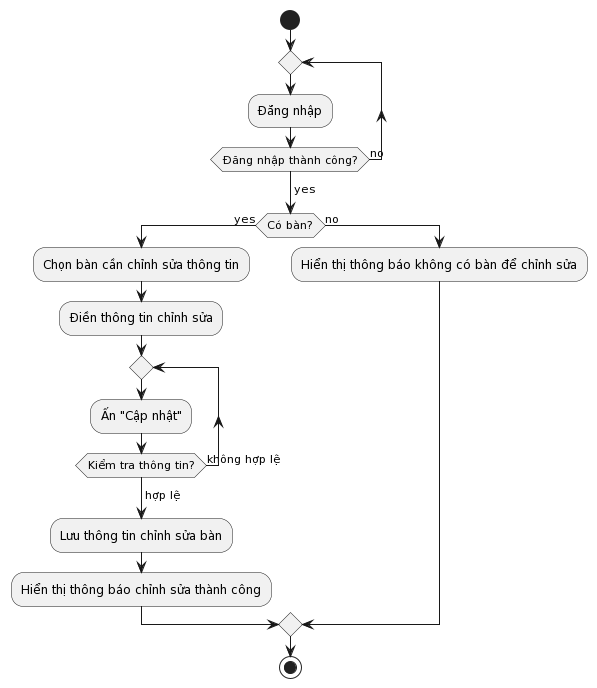
This is Lab1.2/Khách hàng/Activity/Activity Sửa thông tin đặt bàn.png from TuanKhang123/SE357-Pratice-class, a PlantUML export, as it was before one commit. Its diagram source:
```plantuml
@startuml
start

  repeat
    :Đăng nhập;
  repeat while (Đăng nhập thành công?) is (no)
    ->yes;

  if (Có bàn?) then (yes)
    :Chọn bàn cần chỉnh sửa thông tin;
      :Điền thông tin chỉnh sửa;
      repeat
        :Ấn "Cập nhật";
      repeat while (Kiểm tra thông tin?) is (không hợp lệ)
        ->hợp lệ;
        :Lưu thông tin chỉnh sửa bàn;
        :Hiển thị thông báo chỉnh sửa thành công;
  else (no)
    :Hiển thị thông báo không có bàn để chỉnh sửa;
  endif


stop
@enduml
```
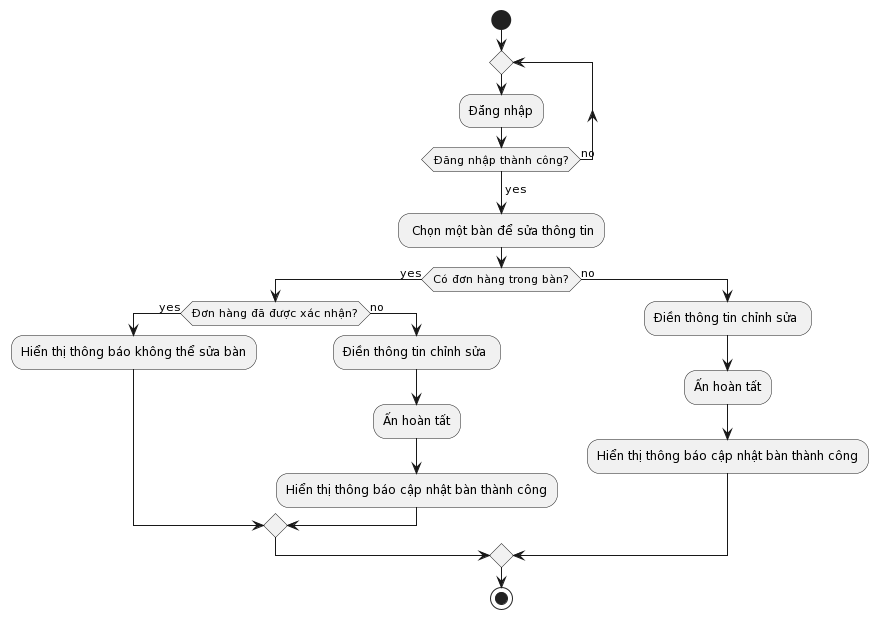
After the commit.

The edit, as a diff of the source:
```diff
@@ -5,20 +5,19 @@
     :Đăng nhập;
   repeat while (Đăng nhập thành công?) is (no)
     ->yes;
-
-  if (Có bàn?) then (yes)
-    :Chọn bàn cần chỉnh sửa thông tin;
-      :Điền thông tin chỉnh sửa;
-      repeat
-        :Ấn "Cập nhật";
-      repeat while (Kiểm tra thông tin?) is (không hợp lệ)
-        ->hợp lệ;
-        :Lưu thông tin chỉnh sửa bàn;
-        :Hiển thị thông báo chỉnh sửa thành công;
-  else (no)
-    :Hiển thị thông báo không có bàn để chỉnh sửa;
-  endif
-
-
+    : Chọn một bàn để sửa thông tin;
+    if (Có đơn hàng trong bàn?) then (yes)
+      if (Đơn hàng đã được xác nhận?) then (yes)
+        :Hiển thị thông báo không thể sửa bàn;
+      else (no)
+        :Điền thông tin chỉnh sửa ;
+        :Ấn hoàn tất;
+        :Hiển thị thông báo cập nhật bàn thành công;
+      endif
+    else (no)
+        :Điền thông tin chỉnh sửa ;
+        :Ấn hoàn tất;
+        :Hiển thị thông báo cập nhật bàn thành công;
+    endif
 stop
 @enduml
```
